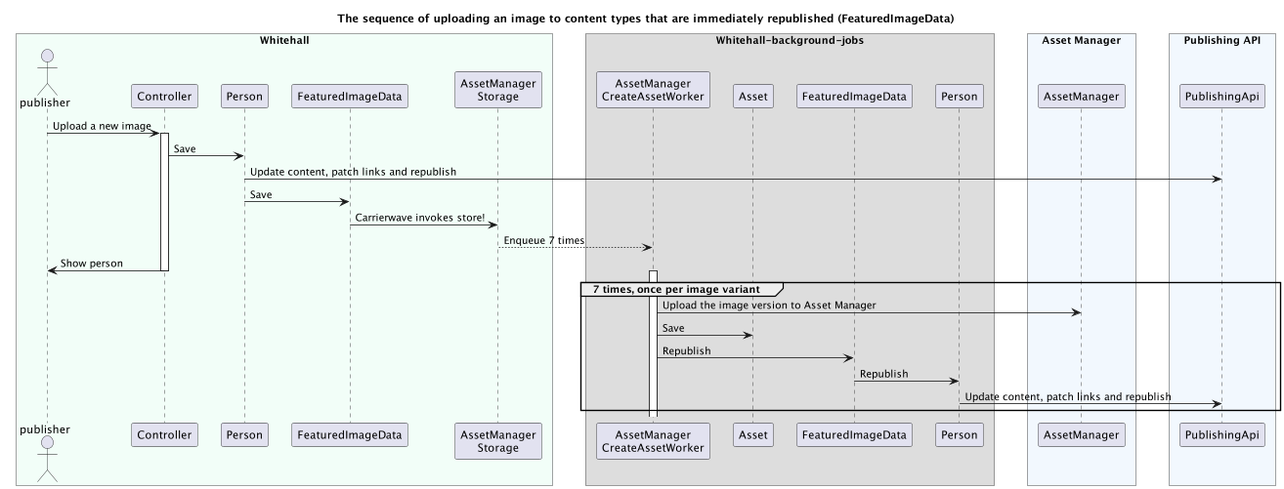
Above: docs/diagrams/asset_featured_image_upload_flow.png in alphagov/whitehall (PlantUML), before the change.
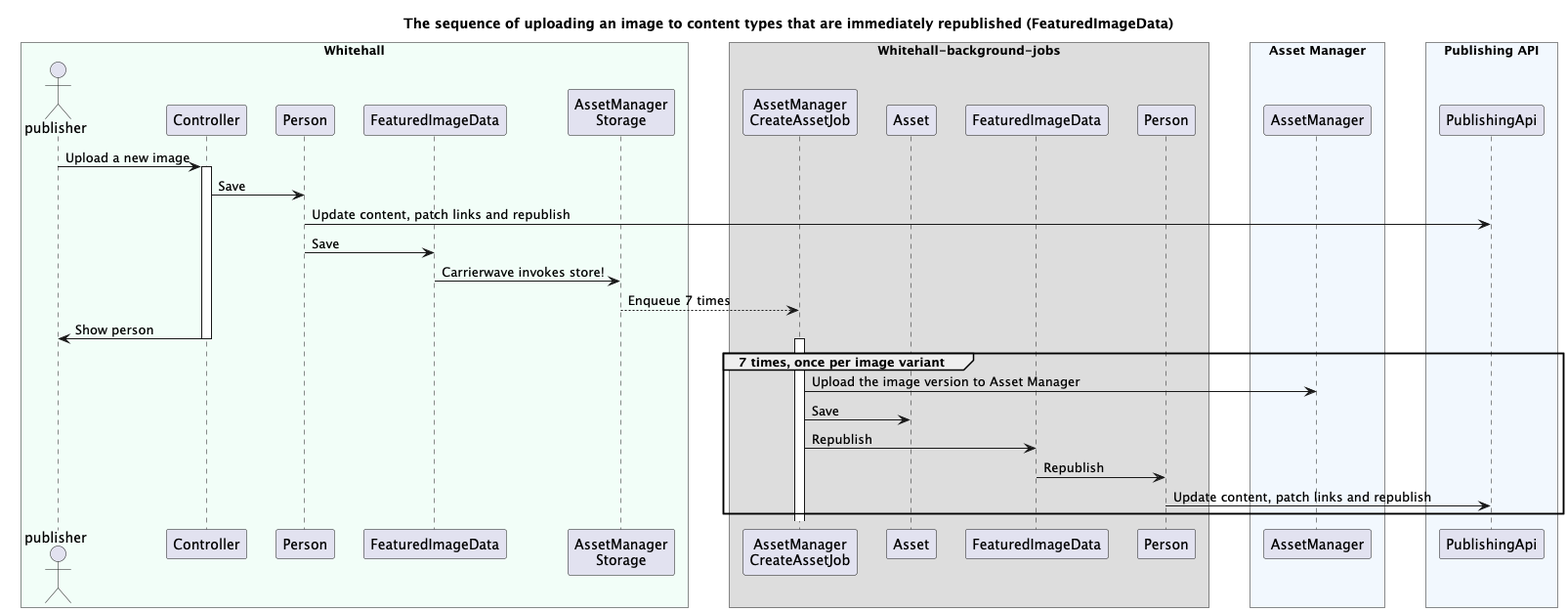
After the commit.

The edit, as a diff of the source:
```diff
@@ -7,14 +7,14 @@
 box "Whitehall" #f2fef8
 actor publisher
 participant Controller
-participant "AssetManager\nCreateAssetWorker" as AssetManagerCreateAssetWorker
+participant "AssetManager\nCreateAssetJob" as AssetManagerCreateAssetJob
 participant Person
 participant FeaturedImageData
 participant "AssetManager\nStorage" as AssetManagerStorage
 end box
 
 box Whitehall-background-jobs
-participant "AssetManager\nCreateAssetWorker" as AssetManagerCreateAssetWorker
+participant "AssetManager\nCreateAssetJob" as AssetManagerCreateAssetJob
 participant Asset as bgAsset
 participant FeaturedImageData as bgFeaturedImageData
 participant Person as bgPerson
@@ -33,14 +33,14 @@
 Person -> PublishingApi : Update content, patch links and republish
 Person -> FeaturedImageData : Save
 FeaturedImageData -> AssetManagerStorage : Carrierwave invokes store!
-AssetManagerStorage --> AssetManagerCreateAssetWorker : Enqueue 7 times
+AssetManagerStorage --> AssetManagerCreateAssetJob : Enqueue 7 times
 Controller -> publisher-- : Show person
 
 group 7 times, once per image variant
-  activate AssetManagerCreateAssetWorker
-  AssetManagerCreateAssetWorker -> AssetManager : Upload the image version to Asset Manager
-  AssetManagerCreateAssetWorker -> bgAsset: Save
-  AssetManagerCreateAssetWorker -> bgFeaturedImageData : Republish
+  activate AssetManagerCreateAssetJob
+  AssetManagerCreateAssetJob -> AssetManager : Upload the image version to Asset Manager
+  AssetManagerCreateAssetJob -> bgAsset: Save
+  AssetManagerCreateAssetJob -> bgFeaturedImageData : Republish
   bgFeaturedImageData -> bgPerson : Republish
   bgPerson -> PublishingApi-- : Update content, patch links and republish
 end group
```
